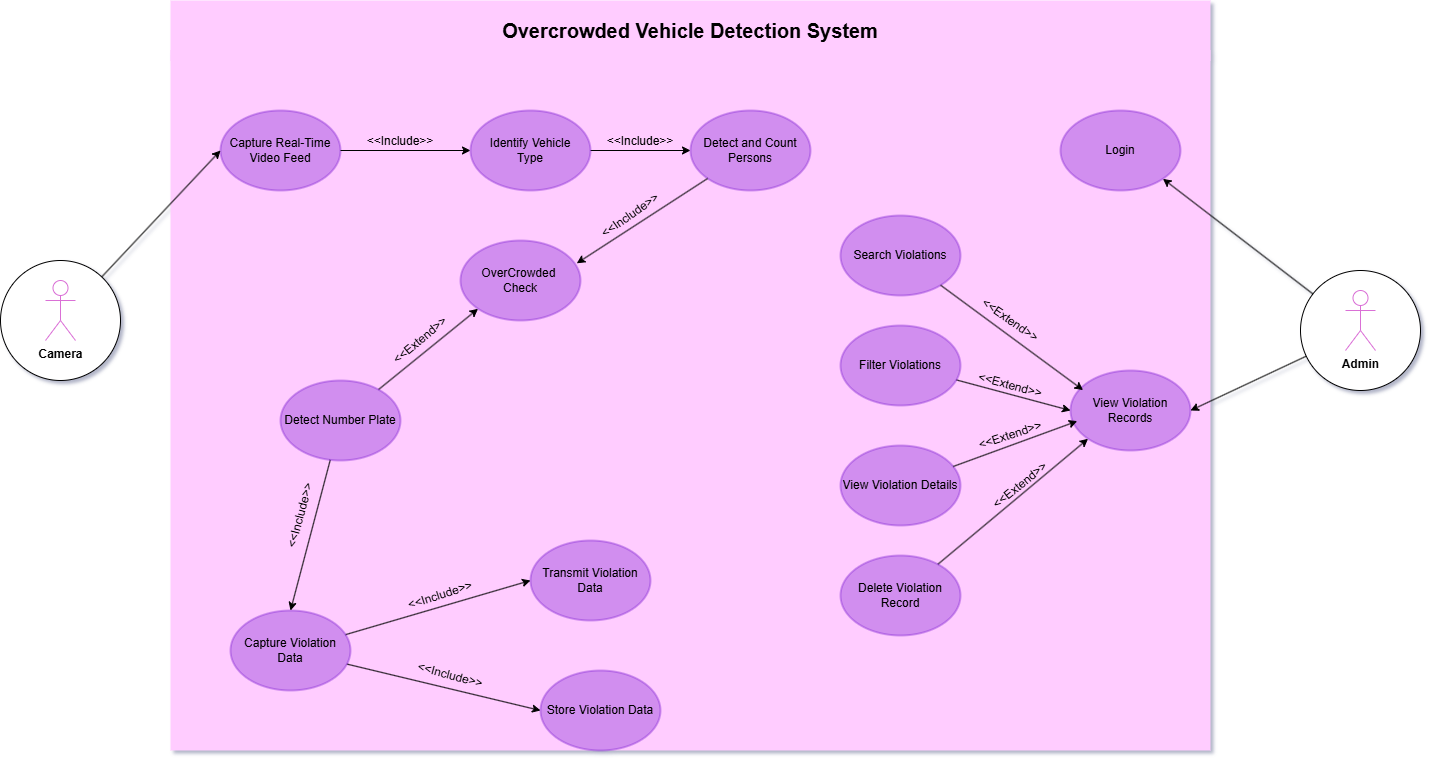
Before: Use Case Diagram.png, a diagram exported from draw.io (safe-ride-AI/unsafe-passenger-detection). Source tidied: cells renumbered, new cells last; positions are measured from the earlier drawing's top-left corner, leaving out a move shared by most shapes.
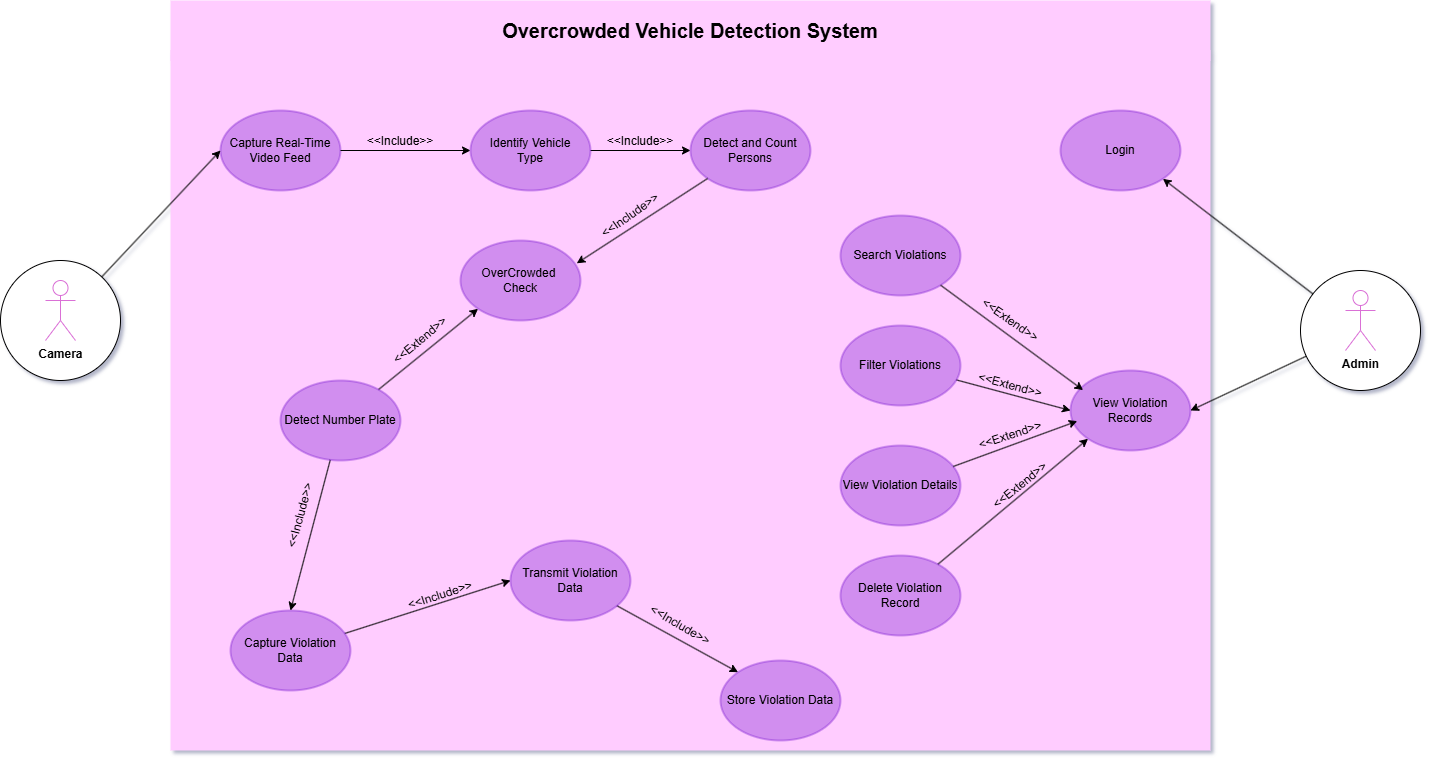
The same file after the commit.

Commit message:
Use case Diagram Updated

Change to the diagram source:
```diff
@@ -29,24 +29,21 @@
     <mxCell id="10" style="rounded=0;jettySize=auto;html=1;entryX=0;entryY=0.5;entryDx=0;entryDy=0;strokeColor=light-dark(#000000,#000000);" parent="1" edge="1" source="12" target="13">
       <mxGeometry relative="1" as="geometry" />
     </mxCell>
-    <mxCell id="11" style="rounded=0;jettySize=auto;html=1;entryX=0;entryY=0.5;entryDx=0;entryDy=0;strokeColor=light-dark(#000000,#000000);" parent="1" edge="1" source="12" target="14">
-      <mxGeometry relative="1" as="geometry" />
-    </mxCell>
     <mxCell id="12" value="&lt;font style=&quot;color: light-dark(rgb(0, 0, 0), rgb(0, 0, 0));&quot;&gt;Capture Violation Data&lt;/font&gt;" style="ellipse;whiteSpace=wrap;html=1;fillColor=light-dark(#6600CC,#6600CC);fontColor=#000000;strokeColor=light-dark(#6600CC,#6600CC);fillStyle=auto;gradientColor=none;strokeWidth=2;opacity=30;" parent="1" vertex="1">
       <mxGeometry x="230" y="610" width="120" height="80" as="geometry" />
     </mxCell>
+    <mxCell id="47" style="rounded=0;jettySize=auto;html=1;entryX=0;entryY=0;entryDx=0;entryDy=0;strokeColor=light-dark(#000000,#000000);" parent="1" edge="1" source="13" target="14">
+      <mxGeometry relative="1" as="geometry" />
+    </mxCell>
     <mxCell id="13" value="&lt;font style=&quot;color: light-dark(rgb(0, 0, 0), rgb(0, 0, 0));&quot;&gt;Transmit Violation Data&lt;/font&gt;" style="ellipse;whiteSpace=wrap;html=1;fillColor=light-dark(#6600CC,#6600CC);fontColor=#000000;strokeColor=light-dark(#6600CC,#6600CC);fillStyle=auto;gradientColor=none;strokeWidth=2;opacity=30;" parent="1" vertex="1">
-      <mxGeometry x="530" y="540" width="120" height="80" as="geometry" />
+      <mxGeometry x="510" y="540" width="120" height="80" as="geometry" />
     </mxCell>
     <mxCell id="14" value="&lt;font style=&quot;color: light-dark(rgb(0, 0, 0), rgb(0, 0, 0));&quot;&gt;Store Violation Data&lt;/font&gt;" style="ellipse;whiteSpace=wrap;html=1;fillColor=light-dark(#6600CC,#6600CC);fontColor=#000000;strokeColor=light-dark(#6600CC,#6600CC);fillStyle=auto;gradientColor=none;strokeWidth=2;opacity=30;" parent="1" vertex="1">
-      <mxGeometry x="540" y="670" width="120" height="80" as="geometry" />
+      <mxGeometry x="720" y="660" width="120" height="80" as="geometry" />
     </mxCell>
     <mxCell id="15" value="&lt;font style=&quot;color: light-dark(rgb(0, 0, 0), rgb(0, 0, 0));&quot;&gt;&amp;lt;&amp;lt;Include&amp;gt;&amp;gt;&lt;/font&gt;" style="text;html=1;whiteSpace=wrap;strokeColor=none;fillColor=none;align=center;verticalAlign=middle;rounded=0;rotation=-18;" parent="1" vertex="1">
       <mxGeometry x="410" y="580" width="60" height="30" as="geometry" />
     </mxCell>
-    <mxCell id="16" value="&lt;font style=&quot;color: light-dark(rgb(0, 0, 0), rgb(0, 0, 0));&quot;&gt;&amp;lt;&amp;lt;Include&amp;gt;&amp;gt;&lt;/font&gt;" style="text;html=1;whiteSpace=wrap;strokeColor=none;fillColor=none;align=center;verticalAlign=middle;rounded=0;rotation=15;" parent="1" vertex="1">
-      <mxGeometry x="420" y="660" width="60" height="30" as="geometry" />
-    </mxCell>
     <mxCell id="17" value="&lt;font style=&quot;color: light-dark(rgb(0, 0, 0), rgb(0, 0, 0));&quot;&gt;Login&lt;/font&gt;" style="ellipse;whiteSpace=wrap;html=1;fillColor=light-dark(#6600CC,#6600CC);fontColor=#000000;strokeColor=light-dark(#6600CC,#6600CC);fillStyle=auto;gradientColor=none;strokeWidth=2;opacity=30;" parent="1" vertex="1">
       <mxGeometry x="1060" y="110" width="120" height="80" as="geometry" />
     </mxCell>
@@ -137,5 +134,8 @@
     <mxCell id="46" value="&lt;font style=&quot;color: light-dark(rgb(0, 0, 0), rgb(0, 0, 0));&quot;&gt;&amp;lt;&amp;lt;Extend&amp;gt;&amp;gt;&lt;/font&gt;" style="text;html=1;whiteSpace=wrap;strokeColor=none;fillColor=none;align=center;verticalAlign=middle;rounded=0;rotation=-40;" parent="1" vertex="1">
       <mxGeometry x="390" y="325" width="60" height="30" as="geometry" />
     </mxCell>
+    <mxCell id="16" value="&lt;font style=&quot;color: light-dark(rgb(0, 0, 0), rgb(0, 0, 0));&quot;&gt;&amp;lt;&amp;lt;Include&amp;gt;&amp;gt;&lt;/font&gt;" style="text;html=1;whiteSpace=wrap;strokeColor=none;fillColor=none;align=center;verticalAlign=middle;rounded=0;rotation=30;" parent="1" vertex="1">
+      <mxGeometry x="650" y="610" width="60" height="30" as="geometry" />
+    </mxCell>
   </root>
 </mxGraphModel>
```
